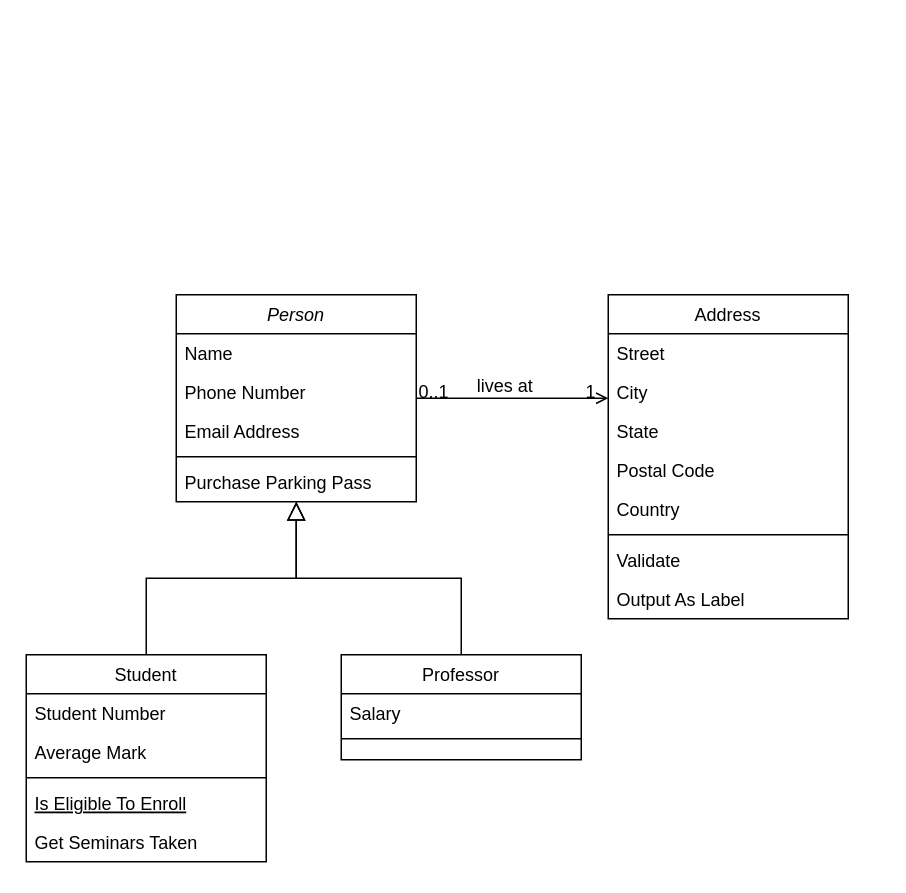
The draw.io diagram db-draw.drawio in amssdias/aerobox, before the edit. Source tidied: cells renumbered, new cells numbered last; positions are measured from the earlier drawing's top-left corner, leaving out a move shared by most shapes. Both pictures are drawn from the tidied source at 150%, with x=0, y=0 at pixel (26, 294).
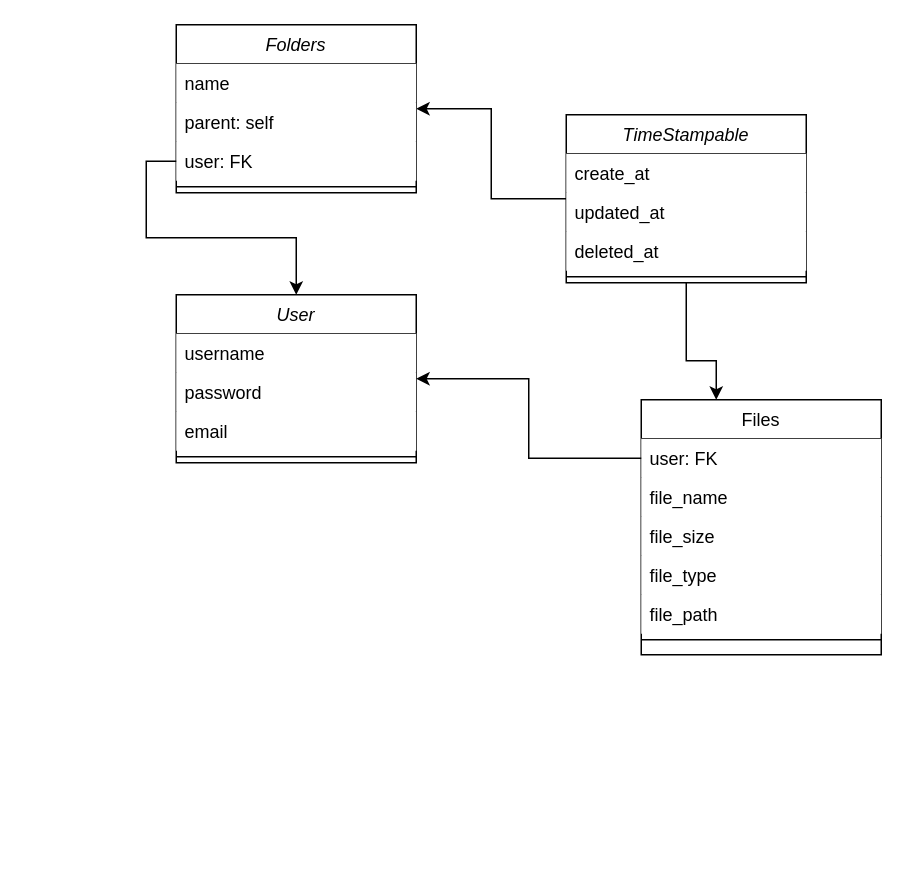
After the change.

Diff of the diagram source:
```diff
@@
-    <mxCell id="2" value="Person" style="swimlane;fontStyle=2;align=center;verticalAlign=top;horizontal=1;startSize=26;rounded=0;shadow=0;strokeWidth=1;" parent="1" vertex="1">
-      <mxGeometry x="100" width="160" height="138" as="geometry" />
+    <mxCell id="2" value="User" style="swimlane;fontStyle=2;align=center;verticalAlign=top;horizontal=1;startSize=26;rounded=0;shadow=0;strokeWidth=1;" parent="1" vertex="1">
+      <mxGeometry x="100" width="160" height="112" as="geometry" />
     </mxCell>
-    <mxCell id="3" value="Name" style="text;align=left;verticalAlign=top;spacingLeft=4;spacingRight=4;overflow=hidden;" parent="2" vertex="1">
+    <mxCell id="3" value="username" style="text;align=left;verticalAlign=top;spacingLeft=4;spacingRight=4;overflow=hidden;fillColor=default;" parent="2" vertex="1">
       <mxGeometry y="26" width="160" height="26" as="geometry" />
     </mxCell>
-    <mxCell id="4" value="Phone Number" style="text;align=left;verticalAlign=top;spacingLeft=4;spacingRight=4;overflow=hidden;rounded=0;shadow=0;html=0;" parent="2" vertex="1">
+    <mxCell id="4" value="password" style="text;align=left;verticalAlign=top;spacingLeft=4;spacingRight=4;overflow=hidden;rounded=0;shadow=0;html=0;fillColor=default;" parent="2" vertex="1">
       <mxGeometry y="52" width="160" height="26" as="geometry" />
     </mxCell>
-    <mxCell id="5" value="Email Address" style="text;align=left;verticalAlign=top;spacingLeft=4;spacingRight=4;overflow=hidden;rounded=0;shadow=0;html=0;" parent="2" vertex="1">
+    <mxCell id="5" value="email" style="text;align=left;verticalAlign=top;spacingLeft=4;spacingRight=4;overflow=hidden;rounded=0;shadow=0;html=0;fillColor=default;" parent="2" vertex="1">
       <mxGeometry y="78" width="160" height="26" as="geometry" />
     </mxCell>
@@
-    <mxCell id="7" value="Purchase Parking Pass" style="text;align=left;verticalAlign=top;spacingLeft=4;spacingRight=4;overflow=hidden;" parent="2" vertex="1">
-      <mxGeometry y="112" width="160" height="26" as="geometry" />
-    </mxCell>
-    <mxCell id="8" value="Student" style="swimlane;fontStyle=0;align=center;verticalAlign=top;horizontal=1;startSize=26;rounded=0;shadow=0;strokeWidth=1;" parent="1" vertex="1">
-      <mxGeometry y="240" width="160" height="138" as="geometry" />
-    </mxCell>
-    <mxCell id="9" value="Student Number" style="text;align=left;verticalAlign=top;spacingLeft=4;spacingRight=4;overflow=hidden;" parent="8" vertex="1">
-      <mxGeometry y="26" width="160" height="26" as="geometry" />
-    </mxCell>
-    <mxCell id="10" value="Average Mark" style="text;align=left;verticalAlign=top;spacingLeft=4;spacingRight=4;overflow=hidden;rounded=0;shadow=0;html=0;" parent="8" vertex="1">
-      <mxGeometry y="52" width="160" height="26" as="geometry" />
-    </mxCell>
-    <mxCell id="11" style="line;html=1;strokeWidth=1;align=left;verticalAlign=middle;spacingTop=-1;spacingLeft=3;spacingRight=3;labelPosition=right;" parent="8" vertex="1">
-      <mxGeometry y="78" width="160" height="8" as="geometry" />
-    </mxCell>
-    <mxCell id="12" value="Is Eligible To Enroll" style="text;align=left;verticalAlign=top;spacingLeft=4;spacingRight=4;overflow=hidden;fontStyle=4;" parent="8" vertex="1">
-      <mxGeometry y="86" width="160" height="26" as="geometry" />
-    </mxCell>
-    <mxCell id="13" value="Get Seminars Taken" style="text;align=left;verticalAlign=top;spacingLeft=4;spacingRight=4;overflow=hidden;" parent="8" vertex="1">
-      <mxGeometry y="112" width="160" height="26" as="geometry" />
-    </mxCell>
-    <mxCell id="14" style="endArrow=block;endSize=10;endFill=0;shadow=0;strokeWidth=1;rounded=0;curved=0;edgeStyle=elbowEdgeStyle;elbow=vertical;" parent="1" edge="1" source="8" target="2">
-      <mxGeometry relative="1" as="geometry" />
-    </mxCell>
-    <mxCell id="15" value="Professor" style="swimlane;fontStyle=0;align=center;verticalAlign=top;horizontal=1;startSize=26;rounded=0;shadow=0;strokeWidth=1;" parent="1" vertex="1">
-      <mxGeometry x="210" y="240" width="160" height="70" as="geometry" />
-    </mxCell>
-    <mxCell id="16" value="Salary" style="text;align=left;verticalAlign=top;spacingLeft=4;spacingRight=4;overflow=hidden;" parent="15" vertex="1">
-      <mxGeometry y="26" width="160" height="26" as="geometry" />
-    </mxCell>
-    <mxCell id="17" style="line;html=1;strokeWidth=1;align=left;verticalAlign=middle;spacingTop=-1;spacingLeft=3;spacingRight=3;labelPosition=right;" parent="15" vertex="1">
-      <mxGeometry y="52" width="160" height="8" as="geometry" />
-    </mxCell>
-    <mxCell id="18" style="endArrow=block;endSize=10;endFill=0;shadow=0;strokeWidth=1;rounded=0;curved=0;edgeStyle=elbowEdgeStyle;elbow=vertical;" parent="1" edge="1" source="15" target="2">
-      <mxGeometry relative="1" as="geometry" />
-    </mxCell>
-    <mxCell id="19" value="Address" style="swimlane;fontStyle=0;align=center;verticalAlign=top;horizontal=1;startSize=26;rounded=0;shadow=0;strokeWidth=1;" parent="1" vertex="1">
-      <mxGeometry x="388" width="160" height="216" as="geometry" />
+    <mxCell id="19" value="Files" style="swimlane;fontStyle=0;align=center;verticalAlign=top;horizontal=1;startSize=26;rounded=0;shadow=0;strokeWidth=1;" parent="1" vertex="1">
+      <mxGeometry x="410" y="70" width="160" height="170" as="geometry" />
     </mxCell>
-    <mxCell id="20" value="Street" style="text;align=left;verticalAlign=top;spacingLeft=4;spacingRight=4;overflow=hidden;" parent="19" vertex="1">
-      <mxGeometry y="26" width="160" height="26" as="geometry" />
-    </mxCell>
+    <mxCell id="32" value="user: FK" style="text;align=left;verticalAlign=top;spacingLeft=4;spacingRight=4;overflow=hidden;points=[[0,0.5],[1,0.5]];portConstraint=eastwest;fillColor=default;" parent="19" vertex="1">
+      <mxGeometry y="26" width="160" height="26" as="geometry" />
+    </mxCell>
-    <mxCell id="21" value="City" style="text;align=left;verticalAlign=top;spacingLeft=4;spacingRight=4;overflow=hidden;rounded=0;shadow=0;html=0;" parent="19" vertex="1">
+    <mxCell id="21" value="file_name" style="text;align=left;verticalAlign=top;spacingLeft=4;spacingRight=4;overflow=hidden;rounded=0;shadow=0;html=0;fillColor=default;" parent="19" vertex="1">
       <mxGeometry y="52" width="160" height="26" as="geometry" />
     </mxCell>
-    <mxCell id="22" value="State" style="text;align=left;verticalAlign=top;spacingLeft=4;spacingRight=4;overflow=hidden;rounded=0;shadow=0;html=0;" parent="19" vertex="1">
+    <mxCell id="22" value="file_size" style="text;align=left;verticalAlign=top;spacingLeft=4;spacingRight=4;overflow=hidden;rounded=0;shadow=0;html=0;fillColor=default;" parent="19" vertex="1">
       <mxGeometry y="78" width="160" height="26" as="geometry" />
     </mxCell>
-    <mxCell id="23" value="Postal Code" style="text;align=left;verticalAlign=top;spacingLeft=4;spacingRight=4;overflow=hidden;rounded=0;shadow=0;html=0;" parent="19" vertex="1">
+    <mxCell id="23" value="file_type" style="text;align=left;verticalAlign=top;spacingLeft=4;spacingRight=4;overflow=hidden;rounded=0;shadow=0;html=0;fillColor=default;" parent="19" vertex="1">
       <mxGeometry y="104" width="160" height="26" as="geometry" />
     </mxCell>
-    <mxCell id="24" value="Country" style="text;align=left;verticalAlign=top;spacingLeft=4;spacingRight=4;overflow=hidden;rounded=0;shadow=0;html=0;" parent="19" vertex="1">
+    <mxCell id="24" value="file_path" style="text;align=left;verticalAlign=top;spacingLeft=4;spacingRight=4;overflow=hidden;rounded=0;shadow=0;html=0;fillColor=default;" parent="19" vertex="1">
       <mxGeometry y="130" width="160" height="26" as="geometry" />
     </mxCell>
@@
-    <mxCell id="26" value="Validate" style="text;align=left;verticalAlign=top;spacingLeft=4;spacingRight=4;overflow=hidden;" parent="19" vertex="1">
-      <mxGeometry y="164" width="160" height="26" as="geometry" />
-    </mxCell>
-    <mxCell id="27" value="Output As Label" style="text;align=left;verticalAlign=top;spacingLeft=4;spacingRight=4;overflow=hidden;" parent="19" vertex="1">
-      <mxGeometry y="190" width="160" height="26" as="geometry" />
-    </mxCell>
-    <mxCell id="28" style="endArrow=open;shadow=0;strokeWidth=1;rounded=0;curved=0;endFill=1;edgeStyle=elbowEdgeStyle;elbow=vertical;" parent="1" edge="1" source="2" target="19">
-      <mxGeometry x="0.5" y="41" relative="1" as="geometry">
-        <mxPoint x="-40" y="32" as="offset" />
-      </mxGeometry>
-    </mxCell>
-    <mxCell id="29" value="0..1" style="align=left;verticalAlign=bottom;labelBackgroundColor=none;fontSize=12;" parent="28" vertex="1">
-      <mxGeometry x="-1" relative="1" as="geometry">
-        <mxPoint y="4" as="offset" />
-      </mxGeometry>
-    </mxCell>
-    <mxCell id="30" value="1" style="align=right;verticalAlign=bottom;labelBackgroundColor=none;fontSize=12;" parent="28" vertex="1">
-      <mxGeometry x="1" relative="1" as="geometry">
-        <mxPoint x="-7" y="4" as="offset" />
-      </mxGeometry>
-    </mxCell>
-    <mxCell id="31" value="lives at" style="text;html=1;align=center;verticalAlign=middle;labelBackgroundColor=none;rounded=0;shadow=0;strokeWidth=1;fontSize=12;" parent="28" vertex="1">
-      <mxGeometry x="0.5" y="49" relative="1" as="geometry">
-        <mxPoint x="-38" y="40" as="offset" />
-      </mxGeometry>
-    </mxCell>
+    <mxCell id="33" style="edgeStyle=orthogonalEdgeStyle;rounded=0;jettySize=auto;html=1;" parent="1" edge="1" source="35" target="19">
+      <mxGeometry relative="1" as="geometry">
+        <Array as="points">
+          <mxPoint x="440" y="44" />
+          <mxPoint x="460" y="44" />
+        </Array>
+      </mxGeometry>
+    </mxCell>
+    <mxCell id="34" style="edgeStyle=orthogonalEdgeStyle;rounded=0;jettySize=auto;html=1;" parent="1" edge="1" source="35" target="41">
+      <mxGeometry relative="1" as="geometry" />
+    </mxCell>
+    <mxCell id="35" value="TimeStampable" style="swimlane;fontStyle=2;align=center;verticalAlign=top;horizontal=1;startSize=26;rounded=0;shadow=0;strokeWidth=1;" parent="1" vertex="1">
+      <mxGeometry x="360" y="-120" width="160" height="112" as="geometry" />
+    </mxCell>
+    <mxCell id="36" value="create_at" style="text;align=left;verticalAlign=top;spacingLeft=4;spacingRight=4;overflow=hidden;fillColor=default;" parent="35" vertex="1">
+      <mxGeometry y="26" width="160" height="26" as="geometry" />
+    </mxCell>
+    <mxCell id="37" value="updated_at" style="text;align=left;verticalAlign=top;spacingLeft=4;spacingRight=4;overflow=hidden;rounded=0;shadow=0;html=0;fillColor=default;" parent="35" vertex="1">
+      <mxGeometry y="52" width="160" height="26" as="geometry" />
+    </mxCell>
+    <mxCell id="38" value="deleted_at" style="text;align=left;verticalAlign=top;spacingLeft=4;spacingRight=4;overflow=hidden;rounded=0;shadow=0;html=0;fillColor=default;" parent="35" vertex="1">
+      <mxGeometry y="78" width="160" height="26" as="geometry" />
+    </mxCell>
+    <mxCell id="39" style="line;html=1;strokeWidth=1;align=left;verticalAlign=middle;spacingTop=-1;spacingLeft=3;spacingRight=3;labelPosition=right;" parent="35" vertex="1">
+      <mxGeometry y="104" width="160" height="8" as="geometry" />
+    </mxCell>
+    <mxCell id="40" style="edgeStyle=orthogonalEdgeStyle;rounded=0;jettySize=auto;html=1;" parent="1" edge="1" source="32" target="2">
+      <mxGeometry relative="1" as="geometry" />
+    </mxCell>
+    <mxCell id="41" value="Folders" style="swimlane;fontStyle=2;align=center;verticalAlign=top;horizontal=1;startSize=26;rounded=0;shadow=0;strokeWidth=1;" parent="1" vertex="1">
+      <mxGeometry x="100" y="-180" width="160" height="112" as="geometry" />
+    </mxCell>
+    <mxCell id="42" value="name" style="text;align=left;verticalAlign=top;spacingLeft=4;spacingRight=4;overflow=hidden;fillColor=default;" parent="41" vertex="1">
+      <mxGeometry y="26" width="160" height="26" as="geometry" />
+    </mxCell>
+    <mxCell id="43" value="parent: self" style="text;align=left;verticalAlign=top;spacingLeft=4;spacingRight=4;overflow=hidden;rounded=0;shadow=0;html=0;fillColor=default;" parent="41" vertex="1">
+      <mxGeometry y="52" width="160" height="26" as="geometry" />
+    </mxCell>
+    <mxCell id="44" value="user: FK" style="text;align=left;verticalAlign=top;spacingLeft=4;spacingRight=4;overflow=hidden;points=[[0,0.5],[1,0.5]];portConstraint=eastwest;rounded=0;shadow=0;html=0;fillColor=default;" parent="41" vertex="1">
+      <mxGeometry y="78" width="160" height="26" as="geometry" />
+    </mxCell>
+    <mxCell id="45" style="line;html=1;strokeWidth=1;align=left;verticalAlign=middle;spacingTop=-1;spacingLeft=3;spacingRight=3;labelPosition=right;" parent="41" vertex="1">
+      <mxGeometry y="104" width="160" height="8" as="geometry" />
+    </mxCell>
+    <mxCell id="46" style="edgeStyle=orthogonalEdgeStyle;rounded=0;jettySize=auto;html=1;" parent="1" edge="1" source="44" target="2">
+      <mxGeometry relative="1" as="geometry" />
+    </mxCell>
```
